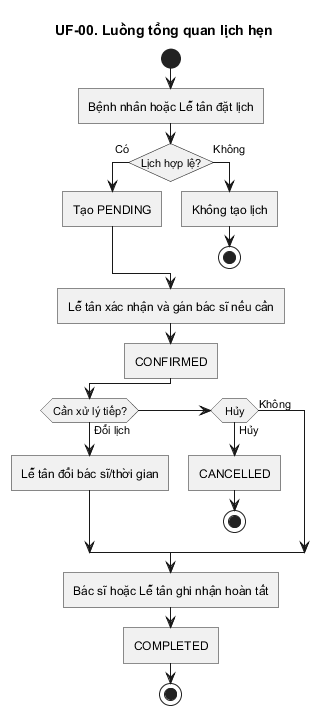
Above: doc/user-flow/00-tong-quan.png in KhaVan-oi/ViClinic (PlantUML), before the change. The source it was exported from:
```plantuml
@startuml
title UF-00. Luồng tổng quan lịch hẹn
skinparam linetype ortho
skinparam shadowing false
skinparam roundcorner 0
skinparam conditionStyle InsideDiamond
skinparam conditionEndStyle diamond
start
:Bệnh nhân hoặc Lễ tân đặt lịch;
if (Lịch hợp lệ?) then (Có)
  :Tạo PENDING;
else (Không)
  :Không tạo lịch;
  stop
endif
:Lễ tân xác nhận và gán bác sĩ nếu cần;
:CONFIRMED;
if (Cần xử lý tiếp?) then (Đổi lịch)
  :Lễ tân đổi bác sĩ/thời gian;
elseif (Hủy) then (Hủy)
  :CANCELLED;
  stop
else (Không)
endif
:Bác sĩ hoặc Lễ tân ghi nhận hoàn tất;
:COMPLETED;
stop
@enduml
```
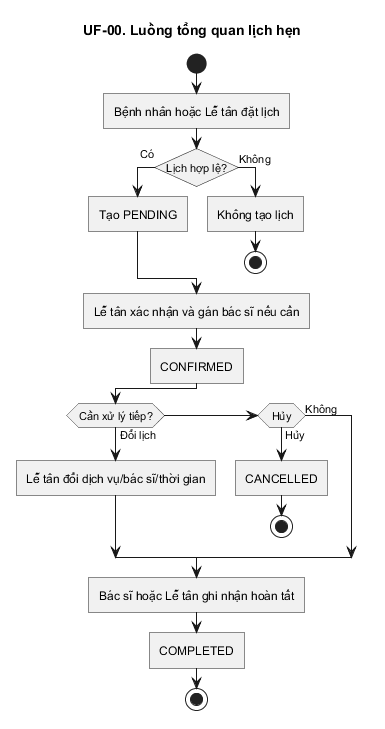
The same diagram one commit later.

What changed in the source:
```diff
@@ -16,7 +16,7 @@
 :Lễ tân xác nhận và gán bác sĩ nếu cần;
 :CONFIRMED;
 if (Cần xử lý tiếp?) then (Đổi lịch)
-  :Lễ tân đổi bác sĩ/thời gian;
+  :Lễ tân đổi dịch vụ/bác sĩ/thời gian;
 elseif (Hủy) then (Hủy)
   :CANCELLED;
   stop
```
